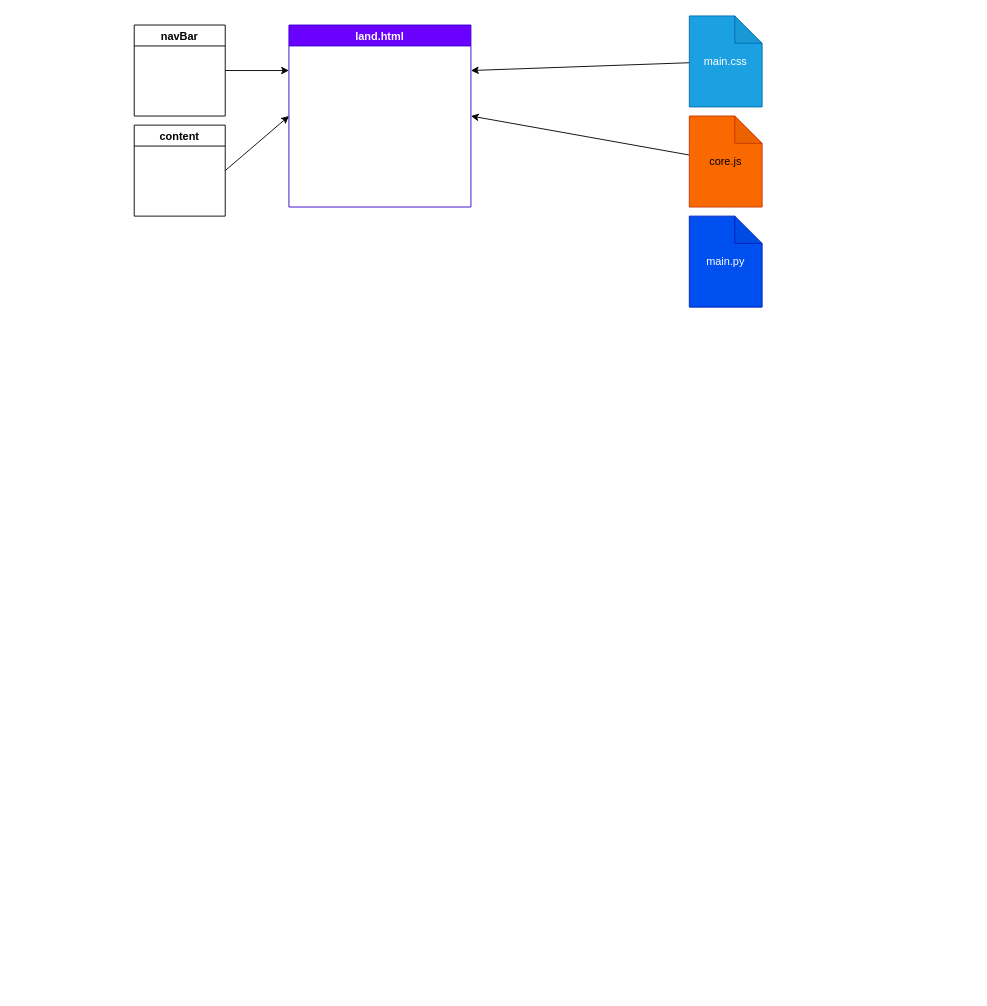
AstraEffect/Kanye-Easts-Dreams keeps this draw.io diagram as structure.drawio. Above is the earlier version. Source tidied: cells renumbered, new cells numbered last; positions are measured from the earlier drawing's top-left corner, leaving out a move shared by most shapes. Both pictures are drawn from the tidied source at 91%, with x=0, y=0 at pixel (134, 15).
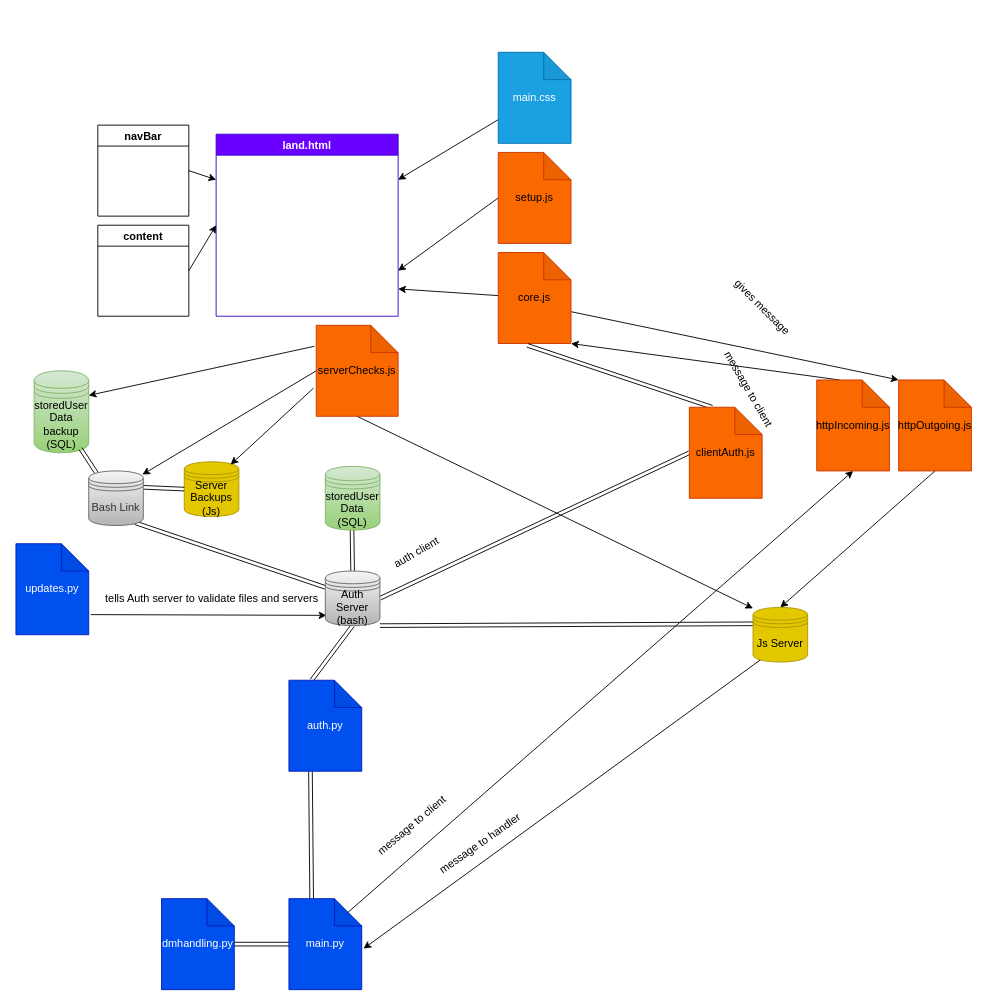
The same page after the edit.

The edit, as a diff of the source:
```diff
@@
     <mxCell id="2" value="land.html" style="swimlane;fillColor=#6a00ff;fontColor=#ffffff;strokeColor=#3700CC;" parent="1" vertex="1">
-      <mxGeometry x="170" y="10" width="200" height="200" as="geometry" />
+      <mxGeometry x="90" y="130" width="200" height="200" as="geometry" />
     </mxCell>
@@
     <mxCell id="4" value="main.css" style="shape=note;whiteSpace=wrap;html=1;backgroundOutline=1;darkOpacity=0.05;fillColor=#1ba1e2;fontColor=#ffffff;strokeColor=#006EAF;" parent="1" vertex="1">
-      <mxGeometry x="610" width="80" height="100" as="geometry" />
+      <mxGeometry x="400" y="40" width="80" height="100" as="geometry" />
     </mxCell>
-    <mxCell id="5" style="edgeStyle=none;html=1;entryX=1;entryY=0.5;entryDx=0;entryDy=0;" parent="1" edge="1" source="6" target="2">
-      <mxGeometry relative="1" as="geometry" />
+    <mxCell id="5" style="edgeStyle=none;html=1;" parent="1" edge="1" source="6">
+      <mxGeometry relative="1" as="geometry">
+        <mxPoint x="290" y="300" as="targetPoint" />
+      </mxGeometry>
     </mxCell>
+    <mxCell id="12" style="edgeStyle=none;html=1;exitX=0;exitY=0;exitDx=80;exitDy=65;exitPerimeter=0;entryX=0;entryY=0;entryDx=0;entryDy=0;entryPerimeter=0;" parent="1" edge="1" source="6" target="20">
+      <mxGeometry relative="1" as="geometry" />
+    </mxCell>
     <mxCell id="6" value="core.js" style="shape=note;whiteSpace=wrap;html=1;backgroundOutline=1;darkOpacity=0.05;fillColor=#fa6800;fontColor=#000000;strokeColor=#C73500;" parent="1" vertex="1">
-      <mxGeometry x="610" y="110" width="80" height="100" as="geometry" />
+      <mxGeometry x="400" y="260" width="80" height="100" as="geometry" />
     </mxCell>
     <mxCell id="7" value="main.py" style="shape=note;whiteSpace=wrap;html=1;backgroundOutline=1;darkOpacity=0.05;fillColor=#0050ef;strokeColor=#001DBC;fontColor=#ffffff;" parent="1" vertex="1">
-      <mxGeometry x="610" y="220" width="80" height="100" as="geometry" />
+      <mxGeometry x="170" y="970" width="80" height="100" as="geometry" />
     </mxCell>
@@
     <mxCell id="9" value="navBar" style="swimlane;" parent="1" vertex="1">
-      <mxGeometry y="10" width="100" height="100" as="geometry" />
+      <mxGeometry x="-40" y="120" width="100" height="100" as="geometry" />
     </mxCell>
@@
     <mxCell id="11" value="content" style="swimlane;" parent="1" vertex="1">
-      <mxGeometry y="120" width="100" height="100" as="geometry" />
+      <mxGeometry x="-40" y="230" width="100" height="100" as="geometry" />
     </mxCell>
+    <mxCell id="13" style="edgeStyle=none;html=1;shape=link;exitX=0;exitY=0.5;exitDx=0;exitDy=0;exitPerimeter=0;" parent="1" edge="1" source="7" target="18">
+      <mxGeometry relative="1" as="geometry" />
+    </mxCell>
+    <mxCell id="14" style="edgeStyle=none;html=1;entryX=0.5;entryY=1;entryDx=0;entryDy=0;entryPerimeter=0;exitX=0;exitY=0;exitDx=65;exitDy=15;exitPerimeter=0;" parent="1" edge="1" source="7" target="32">
+      <mxGeometry relative="1" as="geometry" />
+    </mxCell>
+    <mxCell id="15" style="edgeStyle=none;html=1;exitX=0.15;exitY=0.95;exitDx=0;exitDy=0;exitPerimeter=0;" parent="1" edge="1" source="17">
+      <mxGeometry relative="1" as="geometry">
+        <mxPoint x="252" y="1025" as="targetPoint" />
+      </mxGeometry>
+    </mxCell>
+    <mxCell id="16" style="edgeStyle=none;shape=link;html=1;exitX=0;exitY=0.3;exitDx=0;exitDy=0;entryX=1;entryY=1;entryDx=0;entryDy=0;entryPerimeter=0;" parent="1" edge="1" source="17" target="30">
+      <mxGeometry relative="1" as="geometry" />
+    </mxCell>
+    <mxCell id="17" value="Js Server" style="shape=datastore;whiteSpace=wrap;html=1;fillColor=#e3c800;fontColor=#000000;strokeColor=#B09500;" parent="1" vertex="1">
+      <mxGeometry x="680" y="650" width="60" height="60" as="geometry" />
+    </mxCell>
+    <mxCell id="18" value="dmhandling.py" style="shape=note;whiteSpace=wrap;html=1;backgroundOutline=1;darkOpacity=0.05;fillColor=#0050ef;fontColor=#ffffff;strokeColor=#001DBC;" parent="1" vertex="1">
+      <mxGeometry x="30" y="970" width="80" height="100" as="geometry" />
+    </mxCell>
+    <mxCell id="19" style="html=1;exitX=0.5;exitY=1;exitDx=0;exitDy=0;exitPerimeter=0;entryX=0.5;entryY=0;entryDx=0;entryDy=0;" parent="1" edge="1" source="20" target="17">
+      <mxGeometry relative="1" as="geometry" />
+    </mxCell>
+    <mxCell id="20" value="httpOutgoing.js" style="shape=note;whiteSpace=wrap;html=1;backgroundOutline=1;darkOpacity=0.05;fillColor=#fa6800;fontColor=#000000;strokeColor=#C73500;" parent="1" vertex="1">
+      <mxGeometry x="840" y="400" width="80" height="100" as="geometry" />
+    </mxCell>
+    <mxCell id="21" style="edgeStyle=none;html=1;entryX=0.021;entryY=0.812;entryDx=0;entryDy=0;entryPerimeter=0;exitX=1.027;exitY=0.779;exitDx=0;exitDy=0;exitPerimeter=0;" parent="1" edge="1" source="22" target="30">
+      <mxGeometry relative="1" as="geometry" />
+    </mxCell>
+    <mxCell id="22" value="updates.py" style="shape=note;whiteSpace=wrap;html=1;backgroundOutline=1;darkOpacity=0.05;fillColor=#0050ef;fontColor=#ffffff;strokeColor=#001DBC;" parent="1" vertex="1">
+      <mxGeometry x="-130" y="580" width="80" height="100" as="geometry" />
+    </mxCell>
+    <mxCell id="23" style="edgeStyle=none;html=1;exitX=0;exitY=0;exitDx=25;exitDy=0;exitPerimeter=0;shape=link;entryX=0.5;entryY=1;entryDx=0;entryDy=0;" parent="1" edge="1" source="25" target="30">
+      <mxGeometry relative="1" as="geometry" />
+    </mxCell>
+    <mxCell id="24" style="edgeStyle=none;shape=link;html=1;fontColor=#000000;exitX=0;exitY=0;exitDx=25;exitDy=0;exitPerimeter=0;entryX=0.296;entryY=1;entryDx=0;entryDy=0;entryPerimeter=0;" parent="1" edge="1" source="7" target="25">
+      <mxGeometry relative="1" as="geometry" />
+    </mxCell>
+    <mxCell id="25" value="auth.py" style="shape=note;whiteSpace=wrap;html=1;backgroundOutline=1;darkOpacity=0.05;fillColor=#0050ef;fontColor=#ffffff;strokeColor=#001DBC;" parent="1" vertex="1">
+      <mxGeometry x="170" y="730" width="80" height="100" as="geometry" />
+    </mxCell>
+    <mxCell id="26" value="message to handler" style="text;html=1;align=center;verticalAlign=middle;strokeColor=none;fillColor=none;rotation=-35;" parent="1" vertex="1">
+      <mxGeometry x="320" y="900" width="120" height="20" as="geometry" />
+    </mxCell>
+    <mxCell id="27" style="edgeStyle=none;shape=link;html=1;exitX=1;exitY=0.5;exitDx=0;exitDy=0;entryX=0;entryY=0.5;entryDx=0;entryDy=0;entryPerimeter=0;" parent="1" edge="1" source="30" target="35">
+      <mxGeometry relative="1" as="geometry" />
+    </mxCell>
+    <mxCell id="28" style="edgeStyle=none;html=1;exitX=0.5;exitY=0;exitDx=0;exitDy=0;entryX=0.363;entryY=1.02;entryDx=0;entryDy=0;entryPerimeter=0;shape=link;" parent="1" edge="1" source="30">
+      <mxGeometry relative="1" as="geometry">
+        <mxPoint x="239" y="542" as="targetPoint" />
+      </mxGeometry>
+    </mxCell>
+    <mxCell id="29" style="edgeStyle=none;html=1;exitX=0;exitY=0.3;exitDx=0;exitDy=0;entryX=0.85;entryY=0.95;entryDx=0;entryDy=0;entryPerimeter=0;shape=link;" parent="1" edge="1" source="30" target="47">
+      <mxGeometry relative="1" as="geometry" />
+    </mxCell>
+    <mxCell id="30" value="&lt;font color=&quot;#000000&quot;&gt;Auth Server&lt;br&gt;(bash)&lt;/font&gt;" style="shape=datastore;whiteSpace=wrap;html=1;fillColor=#f5f5f5;strokeColor=#666666;sketch=0;shadow=0;gradientColor=#b3b3b3;" parent="1" vertex="1">
+      <mxGeometry x="210" y="610" width="60" height="60" as="geometry" />
+    </mxCell>
+    <mxCell id="31" style="edgeStyle=none;html=1;exitX=0;exitY=0;exitDx=25;exitDy=0;exitPerimeter=0;entryX=1;entryY=1;entryDx=0;entryDy=0;entryPerimeter=0;" parent="1" edge="1" source="32" target="6">
+      <mxGeometry relative="1" as="geometry" />
+    </mxCell>
+    <mxCell id="32" value="httpIncoming.js" style="shape=note;whiteSpace=wrap;html=1;backgroundOutline=1;darkOpacity=0.05;fillColor=#fa6800;fontColor=#000000;strokeColor=#C73500;" parent="1" vertex="1">
+      <mxGeometry x="750" y="400" width="80" height="100" as="geometry" />
+    </mxCell>
+    <mxCell id="33" value="message to client" style="text;html=1;align=center;verticalAlign=middle;strokeColor=none;fillColor=none;rotation=60;" parent="1" vertex="1">
+      <mxGeometry x="620" y="400" width="110" height="20" as="geometry" />
+    </mxCell>
+    <mxCell id="34" style="edgeStyle=none;html=1;shape=link;exitX=0;exitY=0;exitDx=25;exitDy=0;exitPerimeter=0;entryX=0.4;entryY=1.02;entryDx=0;entryDy=0;entryPerimeter=0;" parent="1" edge="1" source="35" target="6">
+      <mxGeometry relative="1" as="geometry" />
+    </mxCell>
+    <mxCell id="35" value="clientAuth.js" style="shape=note;whiteSpace=wrap;html=1;backgroundOutline=1;darkOpacity=0.05;fillColor=#fa6800;fontColor=#000000;strokeColor=#C73500;" parent="1" vertex="1">
+      <mxGeometry x="610" y="430" width="80" height="100" as="geometry" />
+    </mxCell>
+    <mxCell id="36" value="gives message" style="text;html=1;align=center;verticalAlign=middle;strokeColor=none;fillColor=none;rotation=45;" parent="1" vertex="1">
+      <mxGeometry x="640" y="310" width="100" height="20" as="geometry" />
+    </mxCell>
+    <mxCell id="37" style="edgeStyle=none;html=1;exitX=0;exitY=0.5;exitDx=0;exitDy=0;exitPerimeter=0;entryX=1;entryY=0.75;entryDx=0;entryDy=0;" parent="1" edge="1" source="38" target="2">
+      <mxGeometry relative="1" as="geometry" />
+    </mxCell>
+    <mxCell id="38" value="setup.js" style="shape=note;whiteSpace=wrap;html=1;backgroundOutline=1;darkOpacity=0.05;fillColor=#fa6800;fontColor=#000000;strokeColor=#C73500;" parent="1" vertex="1">
+      <mxGeometry x="400" y="150" width="80" height="100" as="geometry" />
+    </mxCell>
+    <mxCell id="39" value="auth client" style="text;html=1;align=center;verticalAlign=middle;strokeColor=none;fillColor=none;rotation=-30;" parent="1" vertex="1">
+      <mxGeometry x="275" y="580" width="70" height="20" as="geometry" />
+    </mxCell>
+    <mxCell id="40" value="Server Backups (Js)" style="shape=datastore;whiteSpace=wrap;html=1;fillColor=#e3c800;fontColor=#000000;strokeColor=#B09500;" parent="1" vertex="1">
+      <mxGeometry x="55" y="490" width="60" height="60" as="geometry" />
+    </mxCell>
+    <mxCell id="41" value="&lt;span style=&quot;color: rgb(0 , 0 , 0)&quot;&gt;storedUser Data (SQL)&lt;/span&gt;" style="shape=datastore;whiteSpace=wrap;html=1;fillColor=#d5e8d4;gradientColor=#97d077;strokeColor=#82b366;" parent="1" vertex="1">
+      <mxGeometry x="210" y="495" width="60" height="70" as="geometry" />
+    </mxCell>
+    <mxCell id="42" value="tells Auth server to validate files and servers" style="text;html=1;align=center;verticalAlign=middle;strokeColor=none;fillColor=none;" parent="1" vertex="1">
+      <mxGeometry x="-40" y="630" width="250" height="20" as="geometry" />
+    </mxCell>
+    <mxCell id="43" value="message to client" style="text;html=1;align=center;verticalAlign=middle;strokeColor=none;fillColor=none;rotation=-40;" parent="1" vertex="1">
+      <mxGeometry x="250" y="880" width="110" height="20" as="geometry" />
+    </mxCell>
+    <mxCell id="44" value="&lt;span style=&quot;color: rgb(0 , 0 , 0)&quot;&gt;storedUser Data backup (SQL)&lt;/span&gt;" style="shape=datastore;whiteSpace=wrap;html=1;fillColor=#d5e8d4;gradientColor=#97d077;strokeColor=#82b366;" parent="1" vertex="1">
+      <mxGeometry x="-110" y="390" width="60" height="90" as="geometry" />
+    </mxCell>
+    <mxCell id="45" style="edgeStyle=none;shape=link;html=1;exitX=1;exitY=0.3;exitDx=0;exitDy=0;entryX=0;entryY=0.5;entryDx=0;entryDy=0;" parent="1" edge="1" source="47" target="40">
+      <mxGeometry relative="1" as="geometry" />
+    </mxCell>
+    <mxCell id="46" style="edgeStyle=none;shape=link;html=1;exitX=0.15;exitY=0.05;exitDx=0;exitDy=0;exitPerimeter=0;entryX=0.85;entryY=0.95;entryDx=0;entryDy=0;entryPerimeter=0;" parent="1" edge="1" source="47" target="44">
+      <mxGeometry relative="1" as="geometry" />
+    </mxCell>
+    <mxCell id="47" value="&lt;font color=&quot;#333333&quot;&gt;Bash Link&lt;/font&gt;" style="shape=datastore;whiteSpace=wrap;html=1;fillColor=#f5f5f5;strokeColor=#666666;gradientColor=#b3b3b3;" parent="1" vertex="1">
+      <mxGeometry x="-50" y="500" width="60" height="60" as="geometry" />
+    </mxCell>
+    <mxCell id="48" style="edgeStyle=none;html=1;exitX=-0.022;exitY=0.23;exitDx=0;exitDy=0;exitPerimeter=0;entryX=1;entryY=0.3;entryDx=0;entryDy=0;fontColor=#000000;" parent="1" edge="1" source="52" target="44">
+      <mxGeometry relative="1" as="geometry" />
+    </mxCell>
+    <mxCell id="49" style="edgeStyle=none;html=1;exitX=0.5;exitY=1;exitDx=0;exitDy=0;exitPerimeter=0;entryX=0;entryY=0.017;entryDx=0;entryDy=0;entryPerimeter=0;" parent="1" edge="1" source="52" target="17">
+      <mxGeometry relative="1" as="geometry" />
+    </mxCell>
+    <mxCell id="50" style="edgeStyle=none;html=1;exitX=-0.033;exitY=0.69;exitDx=0;exitDy=0;exitPerimeter=0;entryX=0.85;entryY=0.05;entryDx=0;entryDy=0;fontColor=#000000;entryPerimeter=0;" parent="1" edge="1" source="52" target="40">
+      <mxGeometry relative="1" as="geometry" />
+    </mxCell>
+    <mxCell id="51" style="edgeStyle=none;html=1;exitX=0;exitY=0.5;exitDx=0;exitDy=0;exitPerimeter=0;entryX=0.983;entryY=0.067;entryDx=0;entryDy=0;entryPerimeter=0;" parent="1" edge="1" source="52" target="47">
+      <mxGeometry relative="1" as="geometry" />
+    </mxCell>
+    <mxCell id="52" value="serverChecks.js" style="shape=note;whiteSpace=wrap;html=1;backgroundOutline=1;darkOpacity=0.05;fillColor=#fa6800;fontColor=#000000;strokeColor=#C73500;" parent="1" vertex="1">
+      <mxGeometry x="200" y="340" width="90" height="100" as="geometry" />
+    </mxCell>
```
